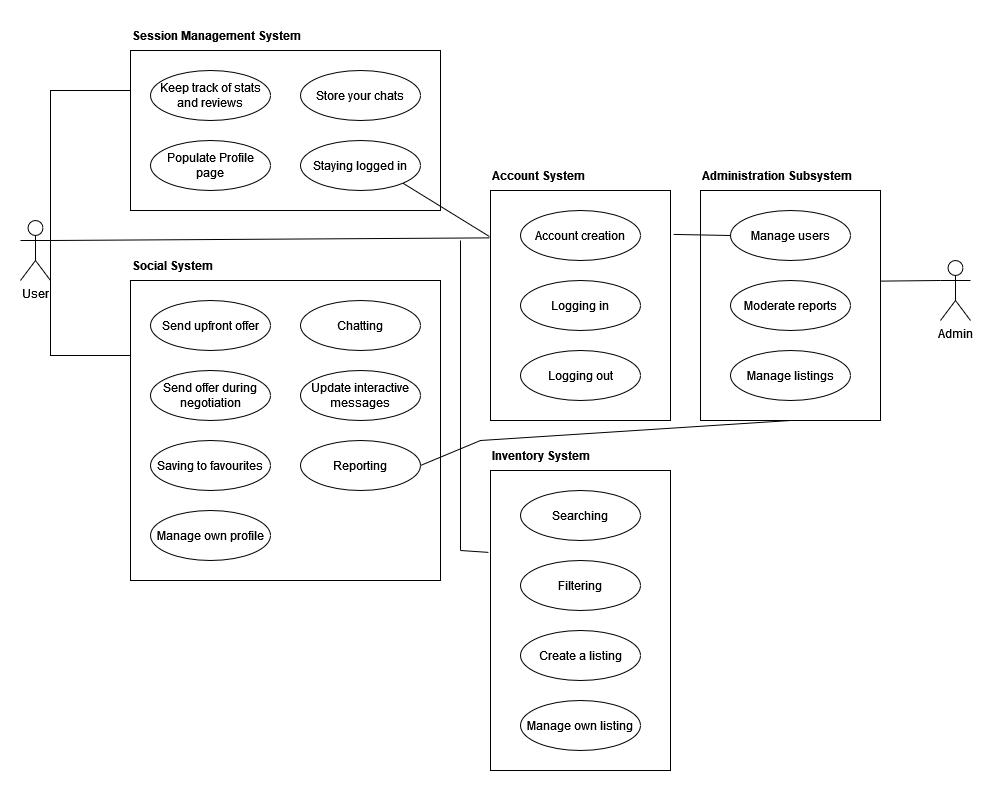
Team-cybuy/cybuy-doc keeps this draw.io diagram as resources/UseCaseDiagram.png. Above is the earlier version. Source tidied: cells renumbered, new cells last; positions are measured from the earlier drawing's top-left corner, leaving out a move shared by most shapes.
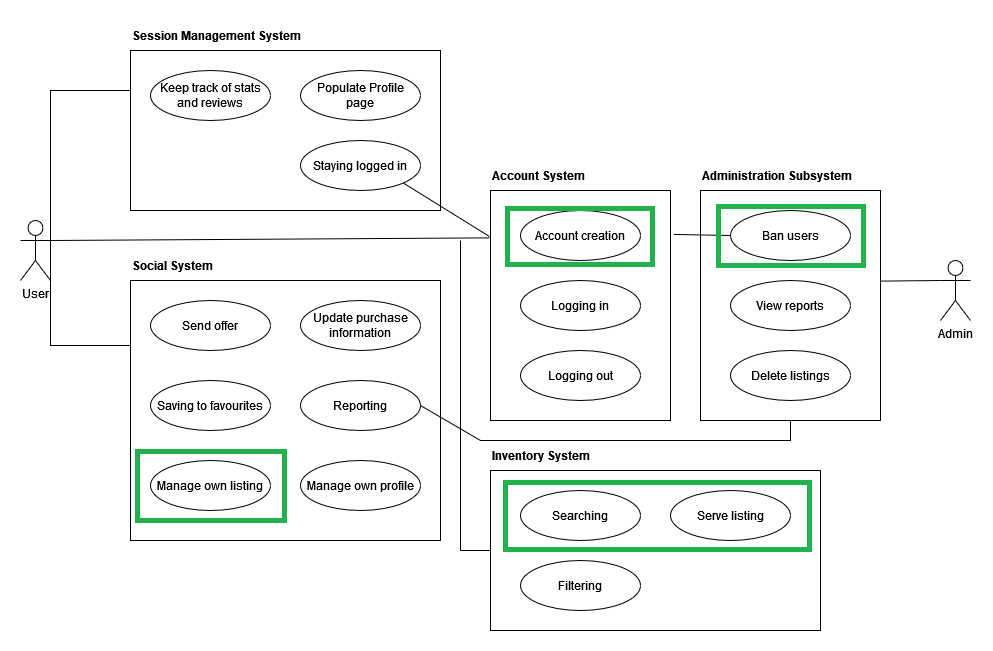
Above is the later version.

Diff of the diagram source:
```diff
@@ -6,7 +6,7 @@
       <mxGeometry x="110" y="30" width="310" height="160" as="geometry" />
     </mxCell>
     <mxCell id="3" style="rounded=0;whiteSpace=wrap;html=1;" parent="1" vertex="1">
-      <mxGeometry x="110" y="260" width="310" height="300" as="geometry" />
+      <mxGeometry x="110" y="260" width="310" height="260" as="geometry" />
     </mxCell>
     <mxCell id="4" style="rounded=0;whiteSpace=wrap;html=1;" parent="1" vertex="1">
       <mxGeometry x="680" y="170" width="180" height="230" as="geometry" />
@@ -21,31 +21,22 @@
       <mxGeometry x="280" y="120" width="120" height="50" as="geometry" />
     </mxCell>
     <mxCell id="8" value="&lt;div&gt;Populate Profile&lt;/div&gt;&lt;div&gt;page&lt;br&gt;&lt;/div&gt;" style="ellipse;whiteSpace=wrap;html=1;" parent="1" vertex="1">
-      <mxGeometry x="130" y="120" width="120" height="50" as="geometry" />
+      <mxGeometry x="280" y="50" width="120" height="50" as="geometry" />
     </mxCell>
     <mxCell id="9" value="&lt;div&gt;Keep track of stats and reviews&lt;/div&gt;" style="ellipse;whiteSpace=wrap;html=1;" parent="1" vertex="1">
       <mxGeometry x="130" y="50" width="120" height="50" as="geometry" />
     </mxCell>
-    <mxCell id="10" value="Store your chats" style="ellipse;whiteSpace=wrap;html=1;" parent="1" vertex="1">
-      <mxGeometry x="280" y="50" width="120" height="50" as="geometry" />
-    </mxCell>
-    <mxCell id="11" value="&lt;div&gt;Send upfront offer&lt;/div&gt;" style="ellipse;whiteSpace=wrap;html=1;" parent="1" vertex="1">
+    <mxCell id="11" value="&lt;div&gt;Send offer&lt;/div&gt;" style="ellipse;whiteSpace=wrap;html=1;" parent="1" vertex="1">
       <mxGeometry x="130" y="280" width="120" height="50" as="geometry" />
     </mxCell>
     <mxCell id="12" value="Saving to favourites" style="ellipse;whiteSpace=wrap;html=1;" parent="1" vertex="1">
-      <mxGeometry x="130" y="420" width="120" height="50" as="geometry" />
+      <mxGeometry x="130" y="360" width="120" height="50" as="geometry" />
     </mxCell>
-    <mxCell id="13" value="Chatting" style="ellipse;whiteSpace=wrap;html=1;" parent="1" vertex="1">
-      <mxGeometry x="280" y="280" width="120" height="50" as="geometry" />
-    </mxCell>
-    <mxCell id="14" value="Update interactive messages" style="ellipse;whiteSpace=wrap;html=1;" parent="1" vertex="1">
-      <mxGeometry x="280" y="350" width="120" height="50" as="geometry" />
+    <mxCell id="14" value="Update purchase information" style="ellipse;whiteSpace=wrap;html=1;" parent="1" vertex="1">
+      <mxGeometry x="280" y="280" width="120" height="50" as="geometry" />
     </mxCell>
-    <mxCell id="15" value="&lt;div&gt;Send offer during&lt;/div&gt;&lt;div&gt;negotiation&lt;/div&gt;" style="ellipse;whiteSpace=wrap;html=1;" parent="1" vertex="1">
-      <mxGeometry x="130" y="350" width="120" height="50" as="geometry" />
-    </mxCell>
     <mxCell id="16" value="Reporting" style="ellipse;whiteSpace=wrap;html=1;" parent="1" vertex="1">
-      <mxGeometry x="280" y="420" width="120" height="50" as="geometry" />
+      <mxGeometry x="280" y="360" width="120" height="50" as="geometry" />
     </mxCell>
     <mxCell id="17" value="Account creation" style="ellipse;whiteSpace=wrap;html=1;" parent="1" vertex="1">
       <mxGeometry x="500" y="190" width="120" height="50" as="geometry" />
@@ -56,20 +47,23 @@
     <mxCell id="19" value="Logging out" style="ellipse;whiteSpace=wrap;html=1;" parent="1" vertex="1">
       <mxGeometry x="500" y="330" width="120" height="50" as="geometry" />
     </mxCell>
-    <mxCell id="20" value="Manage users" style="ellipse;whiteSpace=wrap;html=1;" parent="1" vertex="1">
+    <mxCell id="20" value="Ban users" style="ellipse;whiteSpace=wrap;html=1;" parent="1" vertex="1">
       <mxGeometry x="710" y="190" width="120" height="50" as="geometry" />
     </mxCell>
-    <mxCell id="21" value="Moderate reports" style="ellipse;whiteSpace=wrap;html=1;" parent="1" vertex="1">
+    <mxCell id="21" value="View reports" style="ellipse;whiteSpace=wrap;html=1;" parent="1" vertex="1">
       <mxGeometry x="710" y="260" width="120" height="50" as="geometry" />
     </mxCell>
-    <mxCell id="22" value="Manage listings" style="ellipse;whiteSpace=wrap;html=1;" parent="1" vertex="1">
+    <mxCell id="22" value="Delete listings" style="ellipse;whiteSpace=wrap;html=1;" parent="1" vertex="1">
       <mxGeometry x="710" y="330" width="120" height="50" as="geometry" />
     </mxCell>
+    <mxCell id="42" value="Manage own listing" style="ellipse;whiteSpace=wrap;html=1;" parent="1" vertex="1">
+      <mxGeometry x="130" y="440" width="120" height="50" as="geometry" />
+    </mxCell>
     <mxCell id="23" value="Manage own profile" style="ellipse;whiteSpace=wrap;html=1;" parent="1" vertex="1">
-      <mxGeometry x="130" y="490" width="120" height="50" as="geometry" />
+      <mxGeometry x="280" y="440" width="120" height="50" as="geometry" />
     </mxCell>
     <mxCell id="24" style="rounded=0;whiteSpace=wrap;html=1;" parent="1" vertex="1">
-      <mxGeometry x="470" y="450" width="180" height="300" as="geometry" />
+      <mxGeometry x="470" y="450" width="330" height="160" as="geometry" />
     </mxCell>
     <mxCell id="25" value="Searching" style="ellipse;whiteSpace=wrap;html=1;" parent="1" vertex="1">
       <mxGeometry x="500" y="470" width="120" height="50" as="geometry" />
@@ -110,7 +104,7 @@
     <mxCell id="35" style="endArrow=none;html=1;rounded=0;entryX=0;entryY=0.25;entryDx=0;entryDy=0;exitX=1;exitY=0.3333333333333333;exitDx=0;exitDy=0;exitPerimeter=0;" parent="1" edge="1" source="6" target="3">
       <mxGeometry relative="1" as="geometry">
         <Array as="points">
-          <mxPoint x="30" y="335" />
+          <mxPoint x="30" y="325" />
         </Array>
       </mxGeometry>
     </mxCell>
@@ -123,7 +117,7 @@
         <mxPoint x="440" y="220" as="targetPoint" />
       </mxGeometry>
     </mxCell>
-    <mxCell id="38" style="endArrow=none;html=1;rounded=0;entryX=-0.011;entryY=0.273;entryDx=0;entryDy=0;entryPerimeter=0;" parent="1" edge="1" target="24">
+    <mxCell id="38" style="endArrow=none;html=1;rounded=0;entryX=0;entryY=0.5;entryDx=0;entryDy=0;" parent="1" edge="1" target="24">
       <mxGeometry relative="1" as="geometry">
         <mxPoint x="440" y="530" as="sourcePoint" />
       </mxGeometry>
@@ -132,6 +126,7 @@
       <mxGeometry relative="1" as="geometry">
         <Array as="points">
           <mxPoint x="460" y="420" />
+          <mxPoint x="770" y="420" />
         </Array>
       </mxGeometry>
     </mxCell>
@@ -141,11 +136,8 @@
     <mxCell id="41" style="endArrow=none;html=1;rounded=0;exitX=0;exitY=0.5;exitDx=0;exitDy=0;entryX=1.017;entryY=0.191;entryDx=0;entryDy=0;entryPerimeter=0;" parent="1" edge="1" source="20" target="5">
       <mxGeometry relative="1" as="geometry" />
     </mxCell>
-    <mxCell id="42" value="Create a listing" style="ellipse;whiteSpace=wrap;html=1;" parent="1" vertex="1">
-      <mxGeometry x="500" y="610" width="120" height="50" as="geometry" />
-    </mxCell>
-    <mxCell id="43" value="Manage own listing" style="ellipse;whiteSpace=wrap;html=1;" parent="1" vertex="1">
-      <mxGeometry x="500" y="680" width="120" height="50" as="geometry" />
-    </mxCell>
+    <mxCell id="44" value="Serve listing" style="ellipse;whiteSpace=wrap;html=1;" parent="1" vertex="1">
+      <mxGeometry x="650" y="470" width="120" height="50" as="geometry" />
+    </mxCell>
   </root>
 </mxGraphModel>
```
